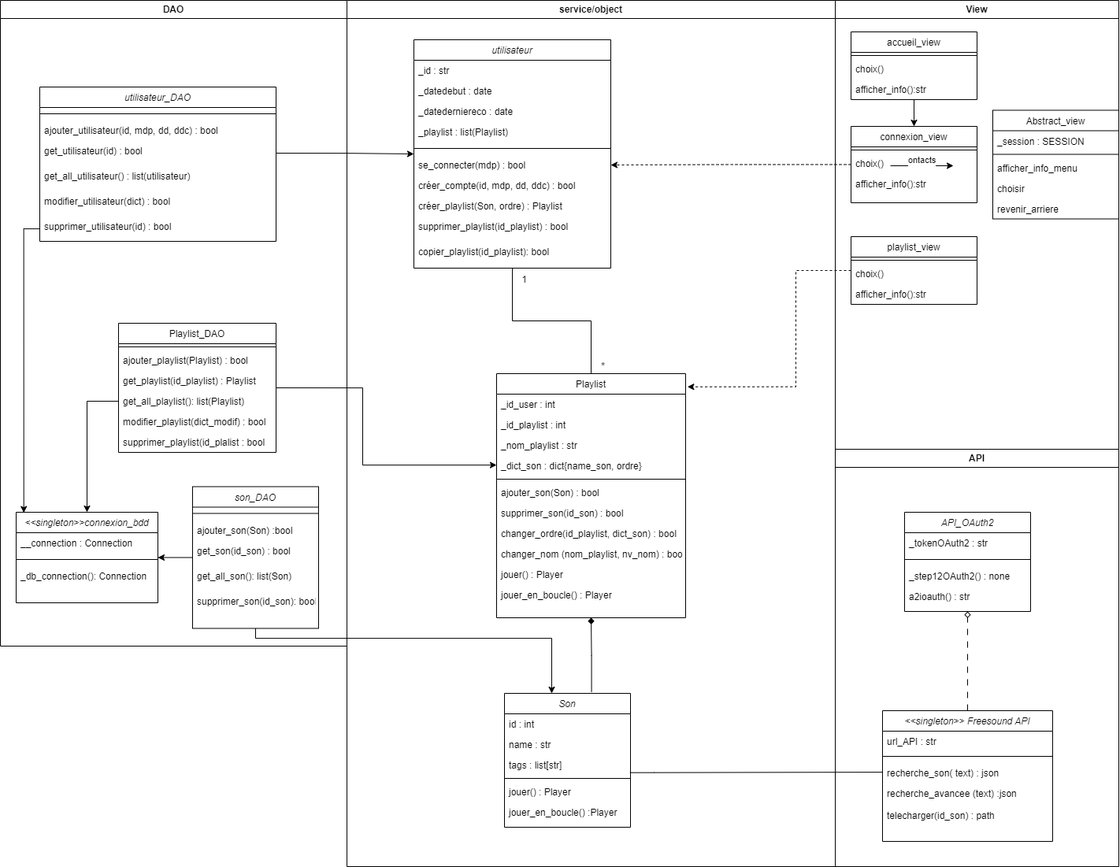
The draw.io diagram doc/modelisation/Diagramme de classe.png in PepitoTSO/Projet-INFO-ENSAI-2A-Gr14, before a commit. Source tidied: cells renumbered, new cells last; positions are measured from the earlier drawing's top-left corner, leaving out a move shared by most shapes.
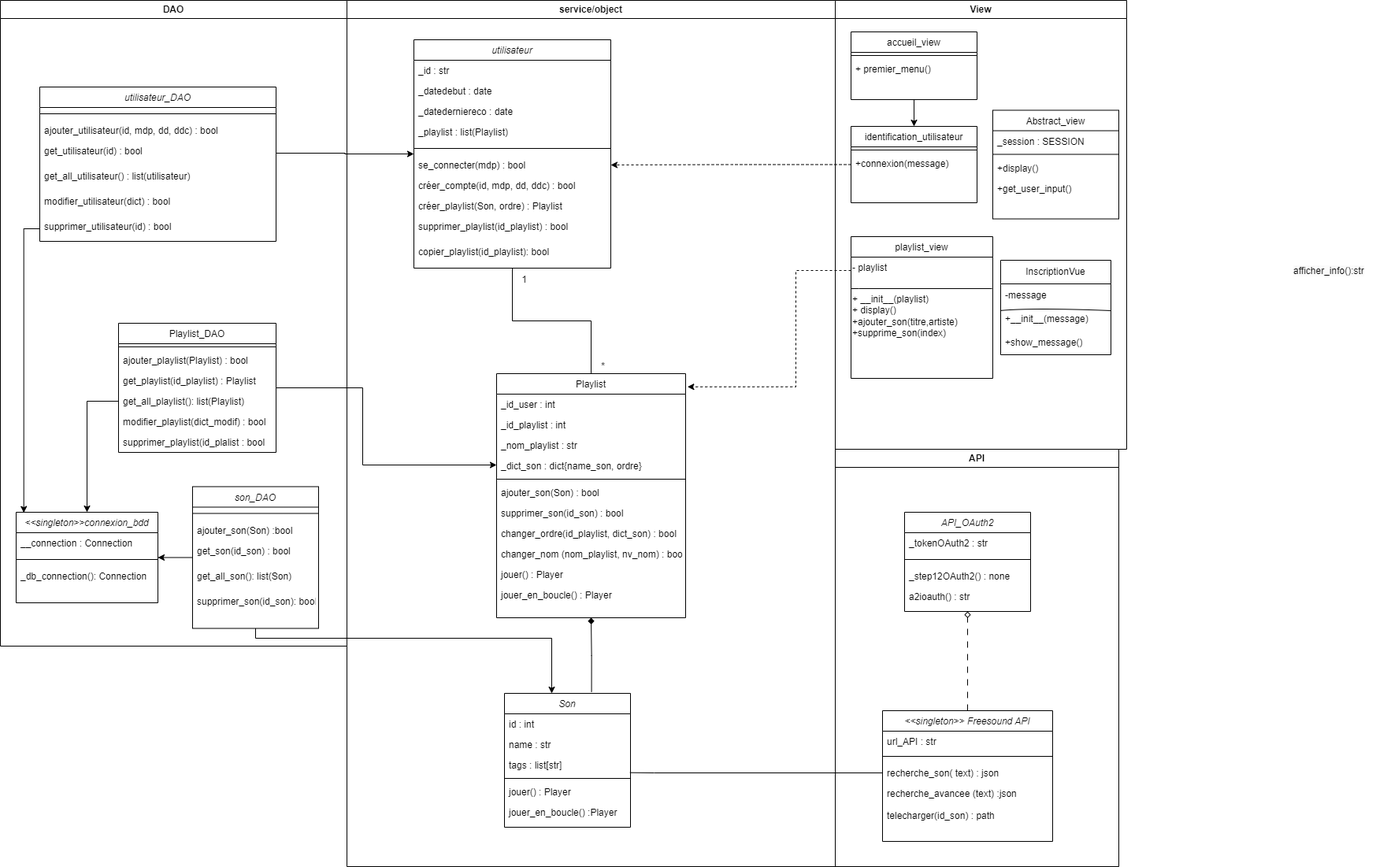
After the commit.

The edit, as a diff of the source:
```diff
@@ -3,7 +3,7 @@
     <mxCell id="0" />
     <mxCell id="1" parent="0" />
     <mxCell id="2" value="View" style="swimlane;whiteSpace=wrap;html=1;" parent="1" vertex="1">
-      <mxGeometry x="1060" width="360" height="570" as="geometry" />
+      <mxGeometry x="1060" width="370" height="570" as="geometry" />
     </mxCell>
     <mxCell id="3" value="Abstract_view" style="swimlane;fontStyle=0;align=center;verticalAlign=top;horizontal=1;startSize=26;rounded=0;shadow=0;strokeWidth=1;" parent="2" vertex="1">
       <mxGeometry x="200" y="139.5" width="160" height="138" as="geometry" />
@@ -14,14 +14,11 @@
     <mxCell id="5" style="line;html=1;strokeWidth=1;align=left;verticalAlign=middle;spacingTop=-1;spacingLeft=3;spacingRight=3;labelPosition=right;" parent="3" vertex="1">
       <mxGeometry y="52" width="160" height="8" as="geometry" />
     </mxCell>
-    <mxCell id="6" value="afficher_info_menu" style="text;align=left;verticalAlign=top;spacingLeft=4;spacingRight=4;overflow=hidden;" parent="3" vertex="1">
+    <mxCell id="6" value="+display()" style="text;align=left;verticalAlign=top;spacingLeft=4;spacingRight=4;overflow=hidden;" parent="3" vertex="1">
       <mxGeometry y="60" width="160" height="26" as="geometry" />
     </mxCell>
-    <mxCell id="7" value="choisir" style="text;align=left;verticalAlign=top;spacingLeft=4;spacingRight=4;overflow=hidden;" parent="3" vertex="1">
-      <mxGeometry y="86" width="160" height="26" as="geometry" />
-    </mxCell>
-    <mxCell id="8" value="revenir_arriere" style="text;align=left;verticalAlign=top;spacingLeft=4;spacingRight=4;overflow=hidden;" parent="3" vertex="1">
-      <mxGeometry y="112" width="160" height="26" as="geometry" />
+    <mxCell id="8" value="+get_user_input()" style="text;align=left;verticalAlign=top;spacingLeft=4;spacingRight=4;overflow=hidden;" parent="3" vertex="1">
+      <mxGeometry y="86" width="160" height="26" as="geometry" />
     </mxCell>
     <mxCell id="9" style="edgeStyle=orthogonalEdgeStyle;rounded=0;jettySize=auto;html=1;entryX=0.5;entryY=0;entryDx=0;entryDy=0;" parent="2" edge="1" source="10" target="14">
       <mxGeometry relative="1" as="geometry" />
@@ -32,36 +29,56 @@
     <mxCell id="11" style="line;html=1;strokeWidth=1;align=left;verticalAlign=middle;spacingTop=-1;spacingLeft=3;spacingRight=3;labelPosition=right;" parent="10" vertex="1">
       <mxGeometry y="26" width="160" height="8" as="geometry" />
     </mxCell>
-    <mxCell id="12" value="choix()" style="text;align=left;verticalAlign=top;spacingLeft=4;spacingRight=4;overflow=hidden;" parent="10" vertex="1">
-      <mxGeometry y="34" width="160" height="26" as="geometry" />
-    </mxCell>
-    <mxCell id="13" value="afficher_info():str" style="text;align=left;verticalAlign=top;spacingLeft=4;spacingRight=4;overflow=hidden;" parent="10" vertex="1">
-      <mxGeometry y="60" width="160" height="26" as="geometry" />
+    <mxCell id="13" value="+ premier_menu()" style="text;align=left;verticalAlign=top;spacingLeft=4;spacingRight=4;overflow=hidden;" parent="10" vertex="1">
+      <mxGeometry y="34" width="160" height="26" as="geometry" />
     </mxCell>
-    <mxCell id="14" value="connexion_view" style="swimlane;fontStyle=0;align=center;verticalAlign=top;horizontal=1;startSize=26;rounded=0;shadow=0;strokeWidth=1;" parent="2" vertex="1">
+    <mxCell id="14" value="identification_utilisateur" style="swimlane;fontStyle=0;align=center;verticalAlign=top;horizontal=1;startSize=26;rounded=0;shadow=0;strokeWidth=1;" parent="2" vertex="1">
       <mxGeometry x="20" y="160" width="160" height="97" as="geometry" />
     </mxCell>
     <mxCell id="15" style="line;html=1;strokeWidth=1;align=left;verticalAlign=middle;spacingTop=-1;spacingLeft=3;spacingRight=3;labelPosition=right;" parent="14" vertex="1">
       <mxGeometry y="26" width="160" height="8" as="geometry" />
     </mxCell>
-    <mxCell id="16" value="choix()" style="text;align=left;verticalAlign=top;spacingLeft=4;spacingRight=4;overflow=hidden;" parent="14" vertex="1">
-      <mxGeometry y="34" width="160" height="26" as="geometry" />
-    </mxCell>
-    <mxCell id="17" value="afficher_info():str" style="text;align=left;verticalAlign=top;spacingLeft=4;spacingRight=4;overflow=hidden;" parent="14" vertex="1">
-      <mxGeometry y="60" width="160" height="26" as="geometry" />
+    <mxCell id="17" value="+connexion(message)" style="text;align=left;verticalAlign=top;spacingLeft=4;spacingRight=4;overflow=hidden;" parent="14" vertex="1">
+      <mxGeometry y="34" width="160" height="26" as="geometry" />
     </mxCell>
-    <mxCell id="18" value="playlist_view" style="swimlane;fontStyle=0;align=center;verticalAlign=top;horizontal=1;startSize=26;rounded=0;shadow=0;strokeWidth=1;" parent="2" vertex="1">
-      <mxGeometry x="20" y="300" width="160" height="86" as="geometry" />
+    <mxCell id="18" value="playlist_view" style="swimlane;fontStyle=0;align=center;verticalAlign=top;horizontal=1;startSize=26;rounded=0;shadow=0;strokeWidth=1;direction=east;" parent="2" vertex="1">
+      <mxGeometry x="20" y="300" width="180" height="180" as="geometry" />
     </mxCell>
-    <mxCell id="19" style="line;html=1;strokeWidth=1;align=left;verticalAlign=middle;spacingTop=-1;spacingLeft=3;spacingRight=3;labelPosition=right;" parent="18" vertex="1">
-      <mxGeometry y="26" width="160" height="8" as="geometry" />
-    </mxCell>
-    <mxCell id="20" value="choix()" style="text;align=left;verticalAlign=top;spacingLeft=4;spacingRight=4;overflow=hidden;" parent="18" vertex="1">
-      <mxGeometry y="34" width="160" height="26" as="geometry" />
-    </mxCell>
-    <mxCell id="21" value="afficher_info():str" style="text;align=left;verticalAlign=top;spacingLeft=4;spacingRight=4;overflow=hidden;" parent="18" vertex="1">
-      <mxGeometry y="60" width="160" height="26" as="geometry" />
-    </mxCell>
+    <mxCell id="105" value="&lt;span style=&quot;text-wrap: nowrap;&quot;&gt;- playlist&lt;/span&gt;" style="text;whiteSpace=wrap;html=1;" parent="18" vertex="1">
+      <mxGeometry y="26" width="180" height="40" as="geometry" />
+    </mxCell>
+    <mxCell id="106" style="endArrow=none;html=1;rounded=0;fontSize=12;startSize=8;endSize=8;curved=1;" parent="18" edge="1">
+      <mxGeometry relative="1" as="geometry">
+        <mxPoint y="66" as="sourcePoint" />
+        <mxPoint x="179" y="66" as="targetPoint" />
+        <Array as="points">
+          <mxPoint x="10" y="66" />
+        </Array>
+      </mxGeometry>
+    </mxCell>
+    <mxCell id="107" value="+ __init__(playlist)&lt;div&gt;+ display()&lt;/div&gt;&lt;div&gt;+ajouter_son(titre,artiste)&lt;/div&gt;&lt;div&gt;+supprime_son(index)&lt;/div&gt;" style="text;whiteSpace=wrap;html=1;" parent="18" vertex="1">
+      <mxGeometry y="66" width="180" height="30" as="geometry" />
+    </mxCell>
+    <mxCell id="108" value="InscriptionVue" style="swimlane;fontStyle=0;horizontal=1;startSize=30;whiteSpace=wrap;html=1;" parent="2" vertex="1">
+      <mxGeometry x="210" y="330" width="140" height="120" as="geometry" />
+    </mxCell>
+    <mxCell id="109" value="-message" style="text;strokeColor=none;fillColor=none;align=left;verticalAlign=middle;spacingLeft=4;spacingRight=4;overflow=hidden;whiteSpace=wrap;html=1;" parent="108" vertex="1">
+      <mxGeometry y="30" width="140" height="30" as="geometry" />
+    </mxCell>
+    <mxCell id="110" value="+__init__(message)" style="text;strokeColor=none;fillColor=none;align=left;verticalAlign=middle;spacingLeft=4;spacingRight=4;overflow=hidden;points=[[0,0.5],[1,0.5]];portConstraint=eastwest;whiteSpace=wrap;html=1;" parent="108" vertex="1">
+      <mxGeometry y="60" width="140" height="30" as="geometry" />
+    </mxCell>
+    <mxCell id="111" value="+show_message()" style="text;strokeColor=none;fillColor=none;align=left;verticalAlign=middle;spacingLeft=4;spacingRight=4;overflow=hidden;whiteSpace=wrap;html=1;" parent="108" vertex="1">
+      <mxGeometry y="90" width="140" height="30" as="geometry" />
+    </mxCell>
+    <mxCell id="112" style="endArrow=none;html=1;rounded=0;fontSize=12;startSize=8;endSize=8;curved=1;exitX=-0.007;exitY=0.133;exitDx=0;exitDy=0;exitPerimeter=0;" parent="108" edge="1" source="110">
+      <mxGeometry relative="1" as="geometry">
+        <mxPoint x="140" y="64" as="targetPoint" />
+        <Array as="points">
+          <mxPoint x="40" y="60" />
+        </Array>
+      </mxGeometry>
+    </mxCell>
     <mxCell id="22" value="API" style="swimlane;whiteSpace=wrap;html=1;" parent="1" vertex="1">
       <mxGeometry x="1060" y="570" width="360" height="530" as="geometry" />
     </mxCell>
@@ -328,11 +345,8 @@
         </Array>
       </mxGeometry>
     </mxCell>
-    <mxCell id="104" value="ontacts&lt;div&gt;&lt;br&gt;&lt;/div&gt;" style="edgeStyle=none;orthogonalLoop=1;jettySize=auto;html=1;rounded=0;" parent="1" edge="1">
-      <mxGeometry relative="1" as="geometry">
-        <mxPoint x="1130" y="210" as="sourcePoint" />
-        <mxPoint x="1210" y="210" as="targetPoint" />
-      </mxGeometry>
-    </mxCell>
+    <mxCell id="21" value="&lt;span style=&quot;color: rgb(0, 0, 0); font-family: Helvetica; font-size: 12px; font-style: normal; font-variant-ligatures: normal; font-variant-caps: normal; font-weight: 400; letter-spacing: normal; orphans: 2; text-align: left; text-indent: 0px; text-transform: none; widows: 2; word-spacing: 0px; -webkit-text-stroke-width: 0px; white-space: nowrap; background-color: rgb(251, 251, 251); text-decoration-thickness: initial; text-decoration-style: initial; text-decoration-color: initial; display: inline !important; float: none;&quot;&gt;afficher_info():str&lt;/span&gt;" style="text;whiteSpace=wrap;html=1;" parent="1" vertex="1">
+      <mxGeometry x="1640" y="330" width="120" height="40" as="geometry" />
+    </mxCell>
   </root>
 </mxGraphModel>
```
